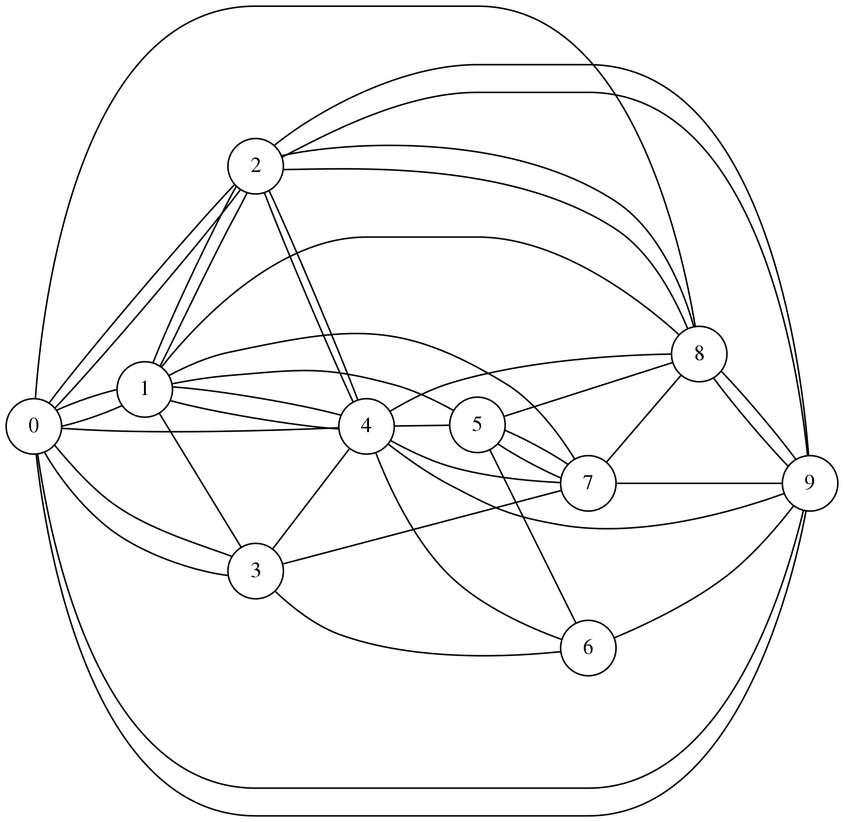
The Graphviz diagram graphs-networks/c-networks/graphviz/matrix_graph.png in mickey-is-codin/data-structures, before a commit. Its source is kept beside it as graphs-networks/c-networks/graphviz/matrix_graph.dot. Source of this version:
```dot
graph unix {
	graph [ dpi = 300 ];
	node [shape=circle];
	size="6,6";
	rankdir="LR";

	0 -- 1
	0 -- 1
	0 -- 2
	0 -- 2
	0 -- 3
	0 -- 3
	0 -- 4
	0 -- 8
	0 -- 9
	0 -- 9
	1 -- 2
	1 -- 2
	1 -- 3
	1 -- 4
	1 -- 4
	1 -- 5
	1 -- 7
	1 -- 8
	2 -- 4
	2 -- 4
	2 -- 8
	2 -- 8
	2 -- 9
	2 -- 9
	3 -- 4
	3 -- 6
	3 -- 7
	4 -- 5
	4 -- 6
	4 -- 7
	4 -- 8
	4 -- 9
	5 -- 6
	5 -- 7
	5 -- 7
	5 -- 8
	6 -- 9
	7 -- 8
	7 -- 9
	8 -- 9
	8 -- 9
}
```
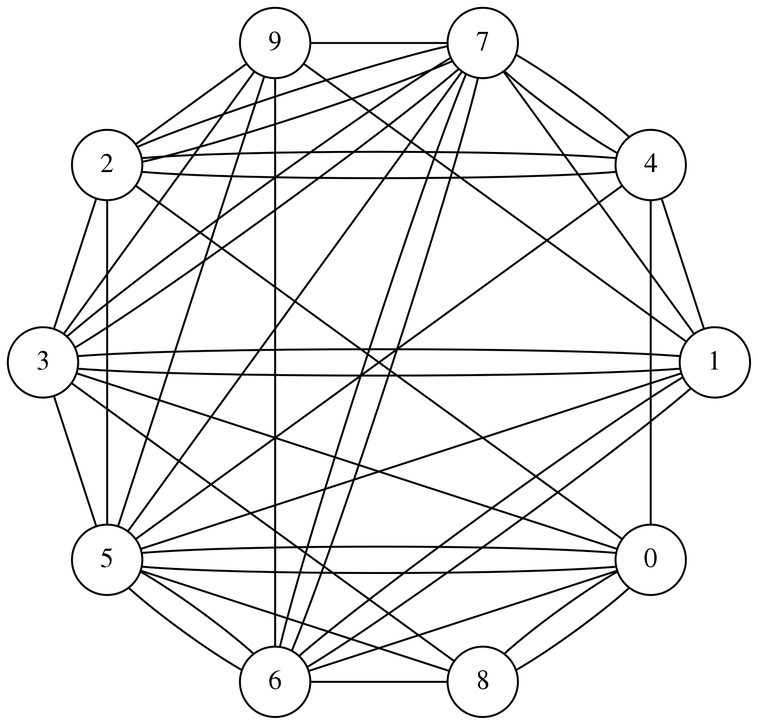
Above is the later version.

Diff of the diagram source:
```diff
@@ -4,45 +4,45 @@
 	size="6,6";
 	rankdir="LR";
 
-	0 -- 1
-	0 -- 1
-	0 -- 2
 	0 -- 2
 	0 -- 3
-	0 -- 3
 	0 -- 4
+	0 -- 5
+	0 -- 5
+	0 -- 6
 	0 -- 8
-	0 -- 9
-	0 -- 9
-	1 -- 2
-	1 -- 2
+	0 -- 8
+	1 -- 3
 	1 -- 3
 	1 -- 4
-	1 -- 4
 	1 -- 5
+	1 -- 6
+	1 -- 6
 	1 -- 7
-	1 -- 8
+	1 -- 9
+	2 -- 3
 	2 -- 4
 	2 -- 4
-	2 -- 8
-	2 -- 8
+	2 -- 5
+	2 -- 7
+	2 -- 7
 	2 -- 9
-	2 -- 9
-	3 -- 4
-	3 -- 6
+	3 -- 5
 	3 -- 7
+	3 -- 7
+	3 -- 8
+	3 -- 9
 	4 -- 5
-	4 -- 6
 	4 -- 7
-	4 -- 8
-	4 -- 9
+	4 -- 7
+	5 -- 6
 	5 -- 6
 	5 -- 7
-	5 -- 7
 	5 -- 8
+	5 -- 9
+	6 -- 7
+	6 -- 7
+	6 -- 8
 	6 -- 9
-	7 -- 8
 	7 -- 9
-	8 -- 9
-	8 -- 9
 }
```
